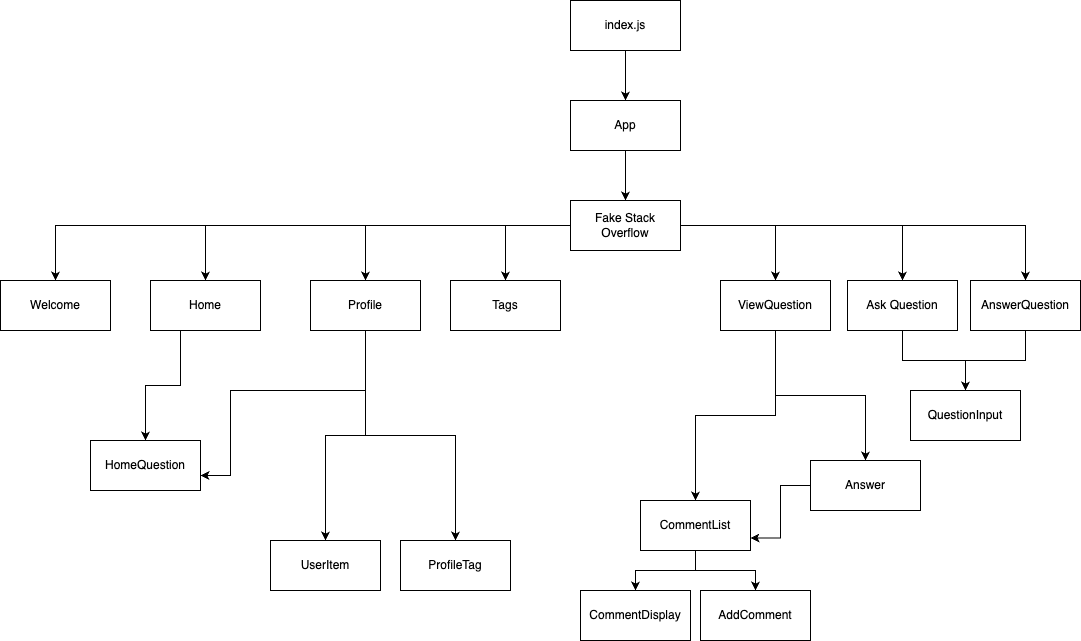
This is images/client-uml.png from andrewctam/fake_stack_overflow, a draw.io export, as it was before one commit. Source tidied: cells renumbered, new cells last; positions are measured from the earlier drawing's top-left corner, leaving out a move shared by most shapes. The source it was exported from:
```xml
<mxGraphModel>
  <root>
    <mxCell id="0" />
    <mxCell id="1" parent="0" />
    <mxCell id="2" style="edgeStyle=orthogonalEdgeStyle;rounded=0;jettySize=auto;html=1;entryX=0.5;entryY=0;entryDx=0;entryDy=0;" parent="1" edge="1" source="9" target="10">
      <mxGeometry relative="1" as="geometry" />
    </mxCell>
    <mxCell id="3" style="edgeStyle=orthogonalEdgeStyle;rounded=0;jettySize=auto;html=1;entryX=0.5;entryY=0;entryDx=0;entryDy=0;" parent="1" edge="1" source="9" target="12">
      <mxGeometry relative="1" as="geometry" />
    </mxCell>
    <mxCell id="4" style="edgeStyle=orthogonalEdgeStyle;rounded=0;jettySize=auto;html=1;" parent="1" edge="1" source="9" target="15">
      <mxGeometry relative="1" as="geometry" />
    </mxCell>
    <mxCell id="5" style="edgeStyle=orthogonalEdgeStyle;rounded=0;jettySize=auto;html=1;" parent="1" edge="1" source="9" target="18">
      <mxGeometry relative="1" as="geometry" />
    </mxCell>
    <mxCell id="6" style="edgeStyle=orthogonalEdgeStyle;rounded=0;jettySize=auto;html=1;entryX=0.5;entryY=0;entryDx=0;entryDy=0;" parent="1" edge="1" source="9" target="17">
      <mxGeometry relative="1" as="geometry" />
    </mxCell>
    <mxCell id="7" style="edgeStyle=orthogonalEdgeStyle;rounded=0;jettySize=auto;html=1;" parent="1" edge="1" source="9" target="22">
      <mxGeometry relative="1" as="geometry" />
    </mxCell>
    <mxCell id="8" style="edgeStyle=orthogonalEdgeStyle;rounded=0;jettySize=auto;html=1;" parent="1" edge="1" source="9" target="33">
      <mxGeometry relative="1" as="geometry" />
    </mxCell>
    <mxCell id="9" value="Fake Stack Overflow" style="html=1;whiteSpace=wrap;" parent="1" vertex="1">
      <mxGeometry x="570" y="200" width="110" height="50" as="geometry" />
    </mxCell>
    <mxCell id="10" value="Welcome" style="html=1;whiteSpace=wrap;" parent="1" vertex="1">
      <mxGeometry y="280" width="110" height="50" as="geometry" />
    </mxCell>
    <mxCell id="11" style="edgeStyle=orthogonalEdgeStyle;rounded=0;jettySize=auto;html=1;" parent="1" edge="1" source="12" target="23">
      <mxGeometry relative="1" as="geometry">
        <Array as="points">
          <mxPoint x="180" y="385" />
          <mxPoint x="145" y="385" />
        </Array>
      </mxGeometry>
    </mxCell>
    <mxCell id="12" value="Home" style="html=1;whiteSpace=wrap;" parent="1" vertex="1">
      <mxGeometry x="150" y="280" width="110" height="50" as="geometry" />
    </mxCell>
    <mxCell id="13" style="edgeStyle=orthogonalEdgeStyle;rounded=0;jettySize=auto;html=1;" parent="1" edge="1" source="15" target="28">
      <mxGeometry relative="1" as="geometry" />
    </mxCell>
    <mxCell id="14" style="edgeStyle=orthogonalEdgeStyle;rounded=0;jettySize=auto;html=1;" parent="1" edge="1" source="15" target="26">
      <mxGeometry relative="1" as="geometry" />
    </mxCell>
    <mxCell id="15" value="ViewQuestion" style="html=1;whiteSpace=wrap;" parent="1" vertex="1">
      <mxGeometry x="720" y="280" width="110" height="50" as="geometry" />
    </mxCell>
    <mxCell id="16" style="edgeStyle=orthogonalEdgeStyle;rounded=0;jettySize=auto;html=1;entryX=0.5;entryY=0;entryDx=0;entryDy=0;" parent="1" edge="1" source="17" target="31">
      <mxGeometry relative="1" as="geometry" />
    </mxCell>
    <mxCell id="17" value="Ask Question" style="html=1;whiteSpace=wrap;" parent="1" vertex="1">
      <mxGeometry x="847" y="280" width="110" height="50" as="geometry" />
    </mxCell>
    <mxCell id="18" value="Tags" style="html=1;whiteSpace=wrap;" parent="1" vertex="1">
      <mxGeometry x="450" y="280" width="110" height="50" as="geometry" />
    </mxCell>
    <mxCell id="19" style="edgeStyle=orthogonalEdgeStyle;rounded=0;jettySize=auto;html=1;" parent="1" edge="1" source="22" target="34">
      <mxGeometry relative="1" as="geometry" />
    </mxCell>
    <mxCell id="20" style="edgeStyle=orthogonalEdgeStyle;rounded=0;jettySize=auto;html=1;" parent="1" edge="1" source="22" target="35">
      <mxGeometry relative="1" as="geometry" />
    </mxCell>
    <mxCell id="21" style="edgeStyle=orthogonalEdgeStyle;rounded=0;jettySize=auto;html=1;" parent="1" edge="1" source="22" target="23">
      <mxGeometry relative="1" as="geometry">
        <Array as="points">
          <mxPoint x="365" y="390" />
          <mxPoint x="230" y="390" />
          <mxPoint x="230" y="475" />
        </Array>
      </mxGeometry>
    </mxCell>
    <mxCell id="22" value="Profile" style="html=1;whiteSpace=wrap;" parent="1" vertex="1">
      <mxGeometry x="310" y="280" width="110" height="50" as="geometry" />
    </mxCell>
    <mxCell id="23" value="HomeQuestion" style="html=1;whiteSpace=wrap;" parent="1" vertex="1">
      <mxGeometry x="90" y="440" width="110" height="50" as="geometry" />
    </mxCell>
    <mxCell id="24" style="edgeStyle=orthogonalEdgeStyle;rounded=0;jettySize=auto;html=1;" parent="1" edge="1" source="26" target="29">
      <mxGeometry relative="1" as="geometry" />
    </mxCell>
    <mxCell id="25" style="edgeStyle=orthogonalEdgeStyle;rounded=0;jettySize=auto;html=1;" parent="1" edge="1" source="26" target="30">
      <mxGeometry relative="1" as="geometry" />
    </mxCell>
    <mxCell id="26" value="CommentList" style="html=1;whiteSpace=wrap;" parent="1" vertex="1">
      <mxGeometry x="640" y="500" width="110" height="50" as="geometry" />
    </mxCell>
    <mxCell id="27" style="edgeStyle=orthogonalEdgeStyle;rounded=0;jettySize=auto;html=1;entryX=1;entryY=0.75;entryDx=0;entryDy=0;" parent="1" edge="1" source="28" target="26">
      <mxGeometry relative="1" as="geometry" />
    </mxCell>
    <mxCell id="28" value="Answer" style="html=1;whiteSpace=wrap;" parent="1" vertex="1">
      <mxGeometry x="810" y="460" width="110" height="50" as="geometry" />
    </mxCell>
    <mxCell id="29" value="CommentDisplay" style="html=1;whiteSpace=wrap;" parent="1" vertex="1">
      <mxGeometry x="580" y="590" width="110" height="50" as="geometry" />
    </mxCell>
    <mxCell id="30" value="AddComment" style="html=1;whiteSpace=wrap;" parent="1" vertex="1">
      <mxGeometry x="700" y="590" width="110" height="50" as="geometry" />
    </mxCell>
    <mxCell id="31" value="QuestionInput" style="html=1;whiteSpace=wrap;" parent="1" vertex="1">
      <mxGeometry x="910" y="390" width="110" height="50" as="geometry" />
    </mxCell>
    <mxCell id="32" style="edgeStyle=orthogonalEdgeStyle;rounded=0;jettySize=auto;html=1;" parent="1" edge="1" source="33" target="31">
      <mxGeometry relative="1" as="geometry" />
    </mxCell>
    <mxCell id="33" value="AnswerQuestion" style="html=1;whiteSpace=wrap;" parent="1" vertex="1">
      <mxGeometry x="970" y="280" width="110" height="50" as="geometry" />
    </mxCell>
    <mxCell id="34" value="UserItem" style="html=1;whiteSpace=wrap;" parent="1" vertex="1">
      <mxGeometry x="270" y="540" width="110" height="50" as="geometry" />
    </mxCell>
    <mxCell id="35" value="ProfileTag" style="html=1;whiteSpace=wrap;" parent="1" vertex="1">
      <mxGeometry x="400" y="540" width="110" height="50" as="geometry" />
    </mxCell>
    <mxCell id="36" style="edgeStyle=orthogonalEdgeStyle;rounded=0;jettySize=auto;html=1;entryX=0.5;entryY=0;entryDx=0;entryDy=0;" parent="1" edge="1" source="37" target="9">
      <mxGeometry relative="1" as="geometry" />
    </mxCell>
    <mxCell id="37" value="App" style="html=1;whiteSpace=wrap;" parent="1" vertex="1">
      <mxGeometry x="570" y="100" width="110" height="50" as="geometry" />
    </mxCell>
    <mxCell id="38" style="edgeStyle=orthogonalEdgeStyle;rounded=0;jettySize=auto;html=1;entryX=0.5;entryY=0;entryDx=0;entryDy=0;" parent="1" edge="1" source="39" target="37">
      <mxGeometry relative="1" as="geometry" />
    </mxCell>
    <mxCell id="39" value="index.js" style="html=1;whiteSpace=wrap;" parent="1" vertex="1">
      <mxGeometry x="570" width="110" height="50" as="geometry" />
    </mxCell>
  </root>
</mxGraphModel>
```
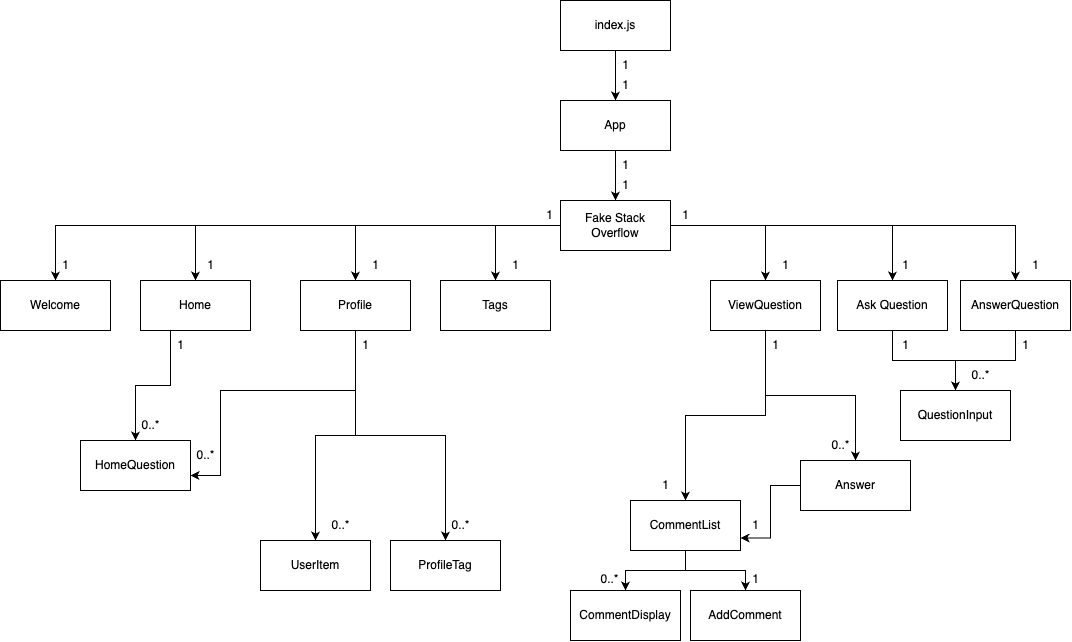
After the commit.

Diff of the diagram source:
```diff
@@ -27,7 +27,7 @@
       <mxGeometry x="570" y="200" width="110" height="50" as="geometry" />
     </mxCell>
     <mxCell id="10" value="Welcome" style="html=1;whiteSpace=wrap;" parent="1" vertex="1">
-      <mxGeometry y="280" width="110" height="50" as="geometry" />
+      <mxGeometry x="10" y="280" width="110" height="50" as="geometry" />
     </mxCell>
     <mxCell id="11" style="edgeStyle=orthogonalEdgeStyle;rounded=0;jettySize=auto;html=1;" parent="1" edge="1" source="12" target="23">
       <mxGeometry relative="1" as="geometry">
@@ -49,7 +49,7 @@
     <mxCell id="15" value="ViewQuestion" style="html=1;whiteSpace=wrap;" parent="1" vertex="1">
       <mxGeometry x="720" y="280" width="110" height="50" as="geometry" />
     </mxCell>
-    <mxCell id="16" style="edgeStyle=orthogonalEdgeStyle;rounded=0;jettySize=auto;html=1;entryX=0.5;entryY=0;entryDx=0;entryDy=0;" parent="1" edge="1" source="17" target="31">
+    <mxCell id="16" style="edgeStyle=orthogonalEdgeStyle;rounded=0;jettySize=auto;html=1;" parent="1" edge="1" source="17" target="31">
       <mxGeometry relative="1" as="geometry" />
     </mxCell>
     <mxCell id="17" value="Ask Question" style="html=1;whiteSpace=wrap;" parent="1" vertex="1">
@@ -127,5 +127,89 @@
     <mxCell id="39" value="index.js" style="html=1;whiteSpace=wrap;" parent="1" vertex="1">
       <mxGeometry x="570" width="110" height="50" as="geometry" />
     </mxCell>
+    <mxCell id="40" value="0..*" style="text;html=1;align=center;verticalAlign=middle;strokeColor=none;fillColor=none;" parent="1" vertex="1">
+      <mxGeometry x="830" y="430" width="40" height="30" as="geometry" />
+    </mxCell>
+    <mxCell id="41" value="0..*" style="text;html=1;align=center;verticalAlign=middle;strokeColor=none;fillColor=none;" parent="1" vertex="1">
+      <mxGeometry x="599" y="564" width="40" height="30" as="geometry" />
+    </mxCell>
+    <mxCell id="42" value="0..*" style="text;html=1;align=center;verticalAlign=middle;strokeColor=none;fillColor=none;" parent="1" vertex="1">
+      <mxGeometry x="330" y="510" width="40" height="30" as="geometry" />
+    </mxCell>
+    <mxCell id="43" value="0..*" style="text;html=1;align=center;verticalAlign=middle;strokeColor=none;fillColor=none;" parent="1" vertex="1">
+      <mxGeometry x="450" y="510" width="40" height="30" as="geometry" />
+    </mxCell>
+    <mxCell id="44" value="0..*" style="text;html=1;align=center;verticalAlign=middle;strokeColor=none;fillColor=none;" parent="1" vertex="1">
+      <mxGeometry x="140" y="410" width="40" height="30" as="geometry" />
+    </mxCell>
+    <mxCell id="45" value="0..*" style="text;html=1;align=center;verticalAlign=middle;strokeColor=none;fillColor=none;" parent="1" vertex="1">
+      <mxGeometry x="195" y="440" width="40" height="30" as="geometry" />
+    </mxCell>
+    <mxCell id="46" value="1" style="text;html=1;align=center;verticalAlign=middle;strokeColor=none;fillColor=none;" parent="1" vertex="1">
+      <mxGeometry x="750" y="564" width="30" height="30" as="geometry" />
+    </mxCell>
+    <mxCell id="47" value="0..*" style="text;html=1;align=center;verticalAlign=middle;strokeColor=none;fillColor=none;" parent="1" vertex="1">
+      <mxGeometry x="970" y="360" width="40" height="30" as="geometry" />
+    </mxCell>
+    <mxCell id="48" value="1" style="text;html=1;align=center;verticalAlign=middle;strokeColor=none;fillColor=none;" parent="1" vertex="1">
+      <mxGeometry x="510" y="250" width="30" height="30" as="geometry" />
+    </mxCell>
+    <mxCell id="49" value="1" style="text;html=1;align=center;verticalAlign=middle;strokeColor=none;fillColor=none;" parent="1" vertex="1">
+      <mxGeometry x="370" y="250" width="30" height="30" as="geometry" />
+    </mxCell>
+    <mxCell id="50" value="1" style="text;html=1;align=center;verticalAlign=middle;strokeColor=none;fillColor=none;" parent="1" vertex="1">
+      <mxGeometry x="60" y="250" width="30" height="30" as="geometry" />
+    </mxCell>
+    <mxCell id="51" value="1" style="text;html=1;align=center;verticalAlign=middle;strokeColor=none;fillColor=none;" parent="1" vertex="1">
+      <mxGeometry x="205" y="250" width="30" height="30" as="geometry" />
+    </mxCell>
+    <mxCell id="52" value="1" style="text;html=1;align=center;verticalAlign=middle;strokeColor=none;fillColor=none;" parent="1" vertex="1">
+      <mxGeometry x="780" y="250" width="30" height="30" as="geometry" />
+    </mxCell>
+    <mxCell id="53" value="1" style="text;html=1;align=center;verticalAlign=middle;strokeColor=none;fillColor=none;" parent="1" vertex="1">
+      <mxGeometry x="900" y="250" width="30" height="30" as="geometry" />
+    </mxCell>
+    <mxCell id="54" value="1" style="text;html=1;align=center;verticalAlign=middle;strokeColor=none;fillColor=none;" parent="1" vertex="1">
+      <mxGeometry x="1030" y="250" width="30" height="30" as="geometry" />
+    </mxCell>
+    <mxCell id="55" value="1" style="text;html=1;align=center;verticalAlign=middle;strokeColor=none;fillColor=none;" parent="1" vertex="1">
+      <mxGeometry x="660" y="470" width="30" height="30" as="geometry" />
+    </mxCell>
+    <mxCell id="56" value="1" style="text;html=1;align=center;verticalAlign=middle;strokeColor=none;fillColor=none;" parent="1" vertex="1">
+      <mxGeometry x="750" y="510" width="30" height="30" as="geometry" />
+    </mxCell>
+    <mxCell id="57" value="1" style="text;html=1;align=center;verticalAlign=middle;strokeColor=none;fillColor=none;" parent="1" vertex="1">
+      <mxGeometry x="360" y="330" width="30" height="30" as="geometry" />
+    </mxCell>
+    <mxCell id="58" value="1" style="text;html=1;align=center;verticalAlign=middle;strokeColor=none;fillColor=none;" parent="1" vertex="1">
+      <mxGeometry x="175" y="330" width="30" height="30" as="geometry" />
+    </mxCell>
+    <mxCell id="59" value="1" style="text;html=1;align=center;verticalAlign=middle;strokeColor=none;fillColor=none;" parent="1" vertex="1">
+      <mxGeometry x="620" y="150" width="30" height="30" as="geometry" />
+    </mxCell>
+    <mxCell id="60" value="1" style="text;html=1;align=center;verticalAlign=middle;strokeColor=none;fillColor=none;" parent="1" vertex="1">
+      <mxGeometry x="620" y="170" width="30" height="30" as="geometry" />
+    </mxCell>
+    <mxCell id="61" value="1" style="text;html=1;align=center;verticalAlign=middle;strokeColor=none;fillColor=none;" parent="1" vertex="1">
+      <mxGeometry x="620" y="70" width="30" height="30" as="geometry" />
+    </mxCell>
+    <mxCell id="62" value="1" style="text;html=1;align=center;verticalAlign=middle;strokeColor=none;fillColor=none;" parent="1" vertex="1">
+      <mxGeometry x="620" y="50" width="30" height="30" as="geometry" />
+    </mxCell>
+    <mxCell id="63" value="1" style="text;html=1;align=center;verticalAlign=middle;strokeColor=none;fillColor=none;" parent="1" vertex="1">
+      <mxGeometry x="680" y="200" width="30" height="30" as="geometry" />
+    </mxCell>
+    <mxCell id="64" value="1" style="text;html=1;align=center;verticalAlign=middle;strokeColor=none;fillColor=none;" parent="1" vertex="1">
+      <mxGeometry x="544" y="200" width="30" height="30" as="geometry" />
+    </mxCell>
+    <mxCell id="65" value="1" style="text;html=1;align=center;verticalAlign=middle;strokeColor=none;fillColor=none;" parent="1" vertex="1">
+      <mxGeometry x="770" y="330" width="30" height="30" as="geometry" />
+    </mxCell>
+    <mxCell id="66" value="1" style="text;html=1;align=center;verticalAlign=middle;strokeColor=none;fillColor=none;" parent="1" vertex="1">
+      <mxGeometry x="900" y="330" width="30" height="30" as="geometry" />
+    </mxCell>
+    <mxCell id="67" value="1" style="text;html=1;align=center;verticalAlign=middle;strokeColor=none;fillColor=none;" parent="1" vertex="1">
+      <mxGeometry x="1020" y="330" width="30" height="30" as="geometry" />
+    </mxCell>
   </root>
 </mxGraphModel>
```
